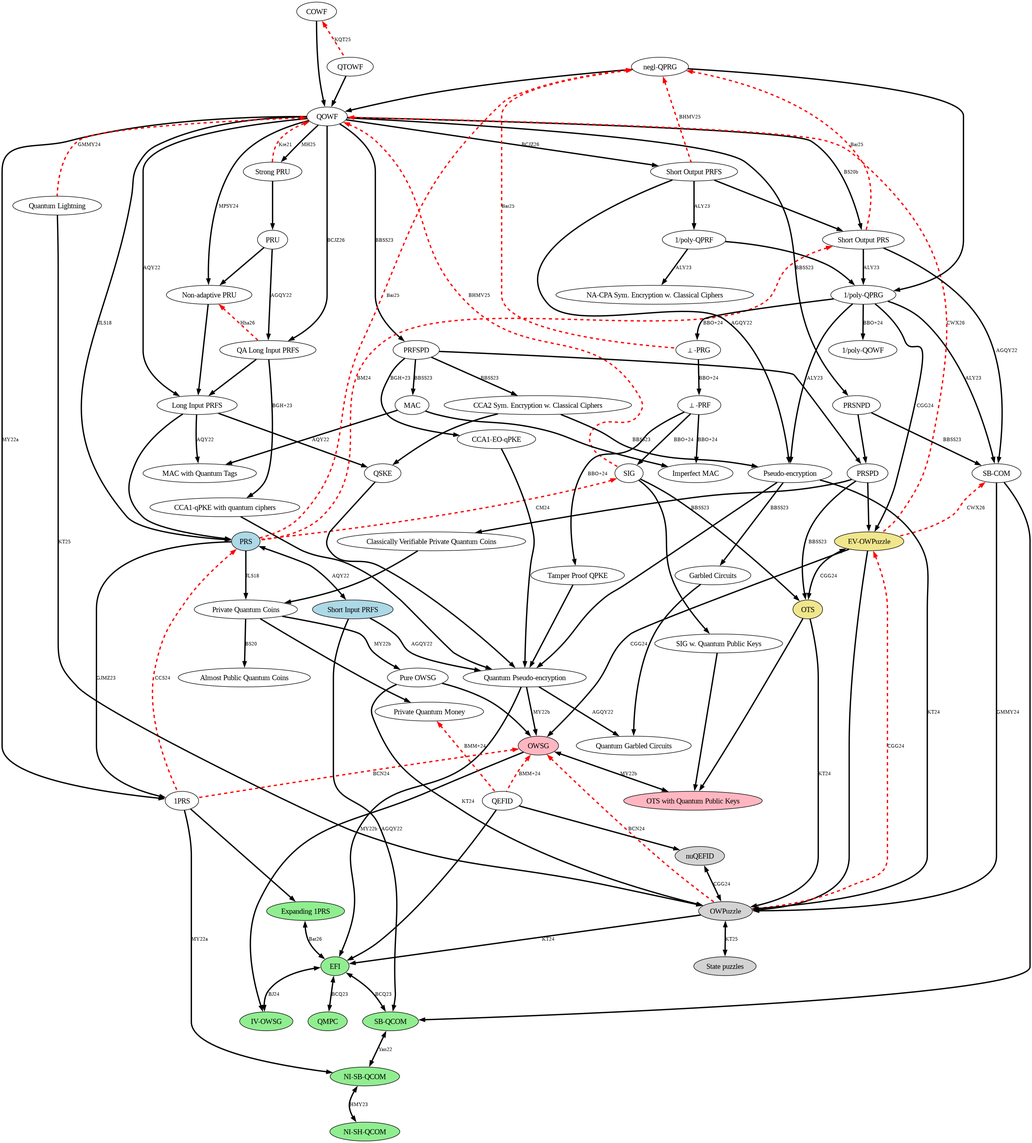
Earlier version of the Graphviz export microcrypt.png (sattath/microcrypt-zoo). Its source is kept beside it as microcrypt.gv.
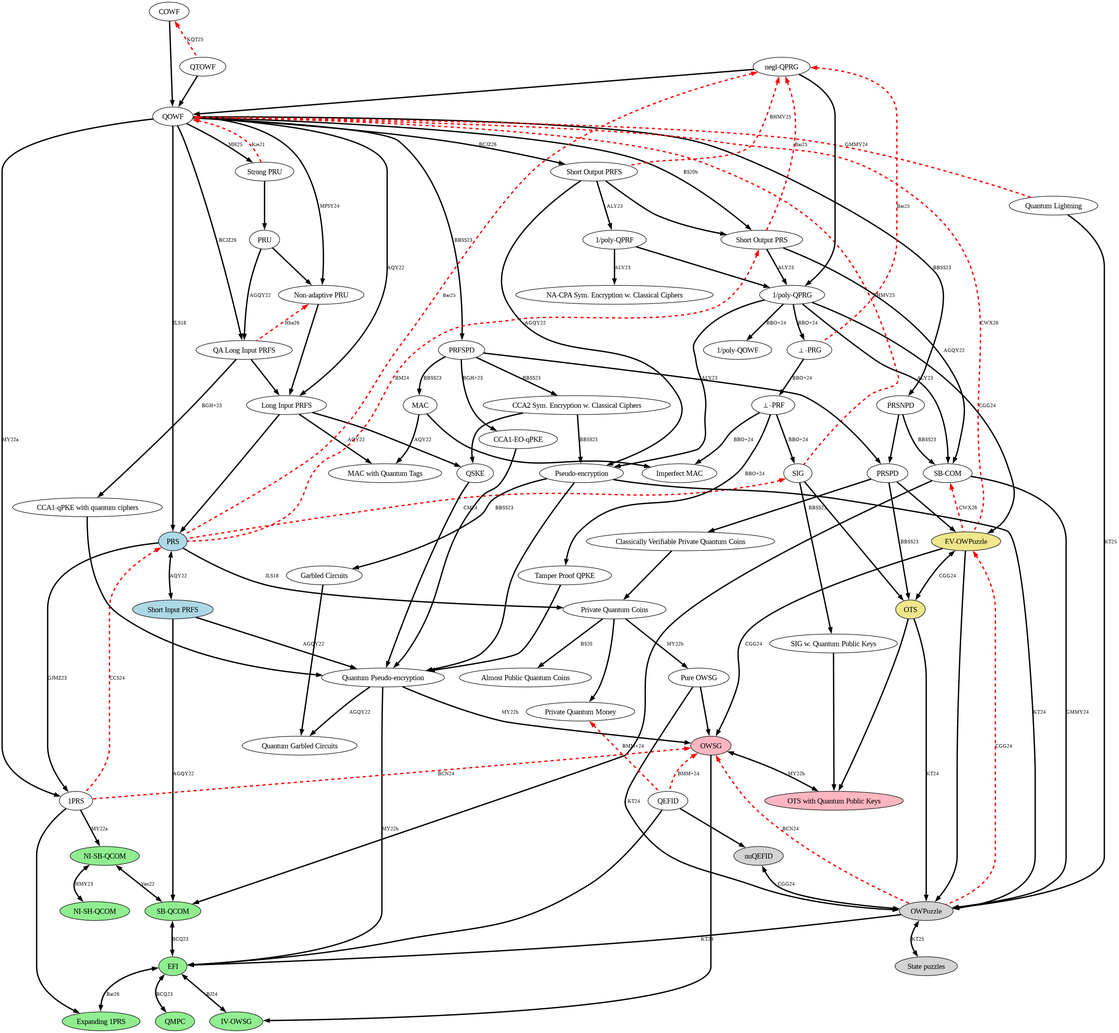
The same file after the commit.

The edit, as a diff of the source:
```diff
@@ -1,16 +1,18 @@
 
 
 digraph microcrypt {
-    graph [nodesep=0.4 ranksep=0.8]
+    graph [nodesep=0.4 ranksep=0.8 mclimit=16]
     edge [penwidth=2.5 arrowsize=0.8]
 
     ################## PRIMITIVES ##################
     QOWF [tooltip="Quantum Computable One-Way Function"];
     PRS [tooltip="Pseudorandom States with superlogarithmic outputs size"];
+    "Short Input PRFS" [tooltip="Short Input Pseudorandom Function-like States with selective security. The input size needs to be Theta(log(n)) qubits."];
+    "SB-QCOM" [tooltip="Computationally Hiding Statistically Binding Quantum Bit Commitments"];
+    EFI [tooltip="Efficiently samplable, statistically Far but computationally Indistinguishable pairs of mixed quantum states"];
     "1PRS" [tooltip="Single-copy PRS, with m>(1+epsilon)n, for some fixed epsilon, for key-length n and output size m."];
     PRSPD [tooltip="Pseudorandom States with Proofs of Destruction"];
     PRSNPD [tooltip="Pseudorandom States with Nice Proofs of Destruction"];
-    "Short Input PRFS" [tooltip="Short Input Pseudorandom Function-like States with selective security. The input size needs to be Theta(log(n)) qubits."];
     "Long Input PRFS" [tooltip="Long Input Pseudorandom Function-like States. The input size needs to be omega(log(n)) qubits. All edges out of this node hold with output length at least the input length (as obtained from a PRU)."];
     "QA Long Input PRFS" [tooltip="Quantum-Accessible Long Input Pseudorandom Function-like States: input omega(log(n)) qubits, pure outputs of length at least the input length, adaptively secure against quantum (superposition) queries ([AGQY22](https://link.springer.com/chapter/10.1007/978-3-031-22318-1_9) Def. 4.3, [BCJZ26](https://eprint.iacr.org/2026/1206) Def. 18)."];
     PRFSPD [tooltip="Long Input Pseudorandom Function-like States with Proofs of Destruction"];
@@ -19,7 +21,6 @@
     OWSG [tooltip="(Mixed) One-way States Generator"];
     "IV-OWSG" [tooltip="(Mixed) Inefficiently Verifiable One-way States Generator"];
     "Pure OWSG" [tooltip="Pure One-way States Generator"];
-    EFI [tooltip="Efficiently samplable, statistically Far but computationally Indistinguishable pairs of mixed quantum states"];
     QEFID [tooltip="Quantum Efficiently samplable, statistically Far but computationally Indistinguishable Distributions"];
     nuQEFID [tooltip="Non-Uniform Quantum Efficiently samplable, statistically Far but computationally Indistinguishable Distributions"];
     "Expanding 1PRS" [tooltip="Single-copy PRS with m>n, for key-length n and output size m. The non-uniform version is also equivalent to EFI [CCC+25](https://arxiv.org/abs/2510.07859)."];
@@ -47,7 +48,6 @@
     "Tamper Proof QPKE" [tooltip="Tamper Proof CPA PKE with quantum public keys and classical ciphers"];
     "CCA1-EO-qPKE" [tooltip="Reusable CCA1 Encryption Scheme with Quantum Public-Keys and Classical Ciphers"];
     "CCA1-qPKE with quantum ciphers" [tooltip="Non-reusable CCA1 Encryption Scheme with Quantum Public-Keys and Quantum Ciphers"];
-    "SB-QCOM" [tooltip="Computationally Hiding Statistically Binding Quantum Bit Commitments"];
     "NI-SB-QCOM" [tooltip="Non-Interactive Computationally Hiding Statistically Binding Quantum Bit Commitments"];
     "NI-SH-QCOM" [tooltip="Non-Interactive Statistically Hiding Computationally Binding Quantum Bit Commitments"];
     "OTS with Quantum Public Keys" [tooltip="One-time Signatures with Quantum Public Keys"];
@@ -124,7 +124,7 @@
     edge [label="AGQY22" tooltip="Ananth,  Gulati, Qian and Yuen.\n Pseudorandom (Function-Like) Quantum State Generators: New Definitions and Applications.\n TCC'22. " URL="https://link.springer.com/chapter/10.1007/978-3-031-22318-1_9"]
     PRU -> "QA Long Input PRFS"; // AGQY22 Thm 5.14 (adaptive PRU; input at most output length)
     "Short Output PRS" -> "SB-COM"; // AGQY22
-    "Short Input PRFS" -> "SB-QCOM"; // AGQY22
+    "Short Input PRFS" -> "SB-QCOM" [weight=100]; // AGQY22
     "Short Input PRFS" -> "Quantum Pseudo-encryption"; // AGQY22
     "Quantum Pseudo-encryption" -> "Quantum Garbled Circuits"; // AGQY22
     "Short Output PRFS" -> "Pseudo-encryption"; // AGQY22
@@ -138,7 +138,7 @@
 
     edge [label="AQY22" tooltip="Ananth, Qian and Yuen.\n Cryptography from Pseudorandom Quantum States.\n Crypto'22. " URL="https://link.springer.com/chapter/10.1007/978-3-031-15802-5_8"]
     QOWF -> "Long Input PRFS"; // AQY22
-    PRS -> "Short Input PRFS"; // AQY22
+    PRS -> "Short Input PRFS" [weight=100]; // AQY22
     "Long Input PRFS" -> "MAC with Quantum Tags"; // AQY22
     "Long Input PRFS" -> QSKE; // AQY22 Lemma 7.3
 
@@ -166,7 +166,7 @@
     "Pseudo-encryption" -> "Garbled Circuits"; // BBSS23
 
     edge [label="BCQ23" tooltip="Brakerski, Canetti, and Qian.\n On the computational hardness needed for quantum cryptography.\n ITCS'23. " URL="https://doi.org/10.4230/LIPIcs.ITCS.2023.24"]
-     "SB-QCOM" -> EFI; // BCQ23
+     "SB-QCOM" -> EFI [weight=100]; // BCQ23
     EFI -> "SB-QCOM"; // BCQ23
     QMPC -> EFI; // BCQ23
     EFI -> QMPC; // BCQ23
@@ -194,7 +194,7 @@
     "NI-SH-QCOM" -> "NI-SB-QCOM"; // HMY23
 
     edge [label="JLS18" tooltip="Ji, Liu and Song.\n Pseudorandom quantum states.\n CRYPTO18. " URL="https://link.springer.com/chapter/10.1007/978-3-319-96878-0_5"]
-    QOWF -> PRS; // JLS18
+    QOWF -> PRS [weight=100]; // JLS18
     PRS -> "Private Quantum Coins"; // JLS18
 
     edge [label="KT24" tooltip="Khurana and Tomer.\n Commitments from Quantum One-Wayness.\n STOC'24. " URL="https://arxiv.org/abs/2310.11526"]
```
